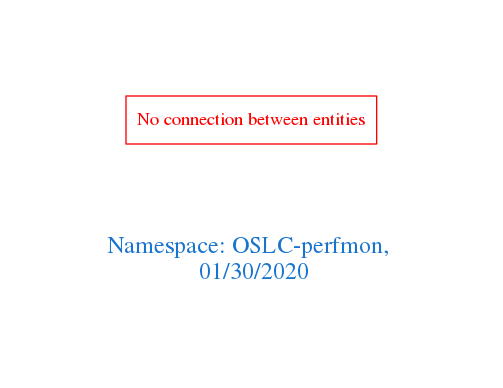
arago/OGIT keeps this Graphviz diagram as downloads/OSLC-perfmon.png. Above is the earlier version. Its source is kept beside it as downloads/OSLC-perfmon.dot.
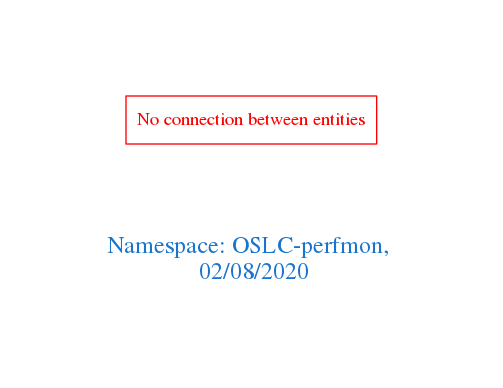
Above is the later version.

The edit, as a diff of the source:
```diff
@@ -1,7 +1,7 @@
 digraph OGIT_ontology {
  graph [ rankdir= LR,pad=1
 fontsize = 18,
-fontcolor= dodgerblue3,label = "\n\n\nNamespace: OSLC-perfmon, \n 01/30/2020"];
+fontcolor= dodgerblue3,label = "\n\n\nNamespace: OSLC-perfmon, \n 02/08/2020"];
 node[shape=polygon];
 edge [  color="gray81"];
 
```
